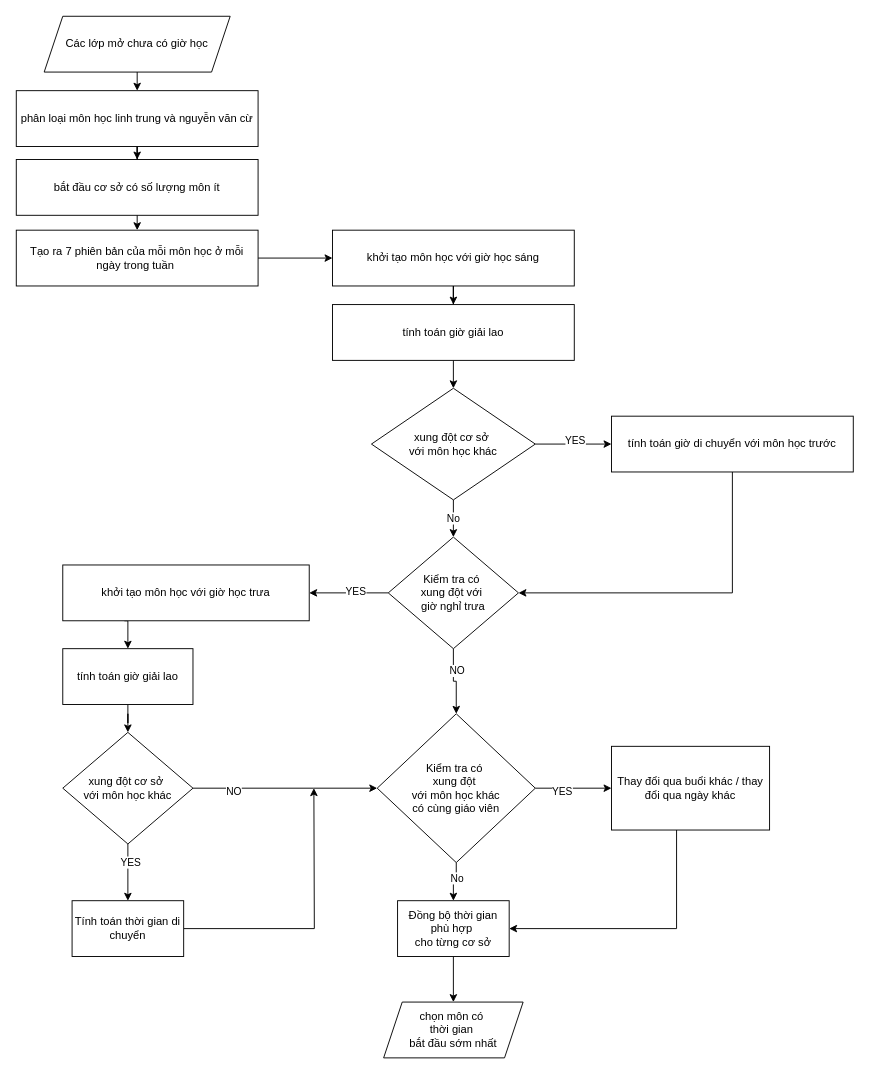
Earlier version of the draw.io diagram page "Trang-3" (3 of 3) of schema/ERD (2).drawio (haovvv73/The-application-automatically-schedules-university-timetables). Source tidied: cells renumbered, new cells numbered last; positions are measured from the earlier drawing's top-left corner, leaving out a move shared by most shapes. Both pictures are drawn from the tidied source at 93%, with x=0, y=0 at pixel (16, 16).
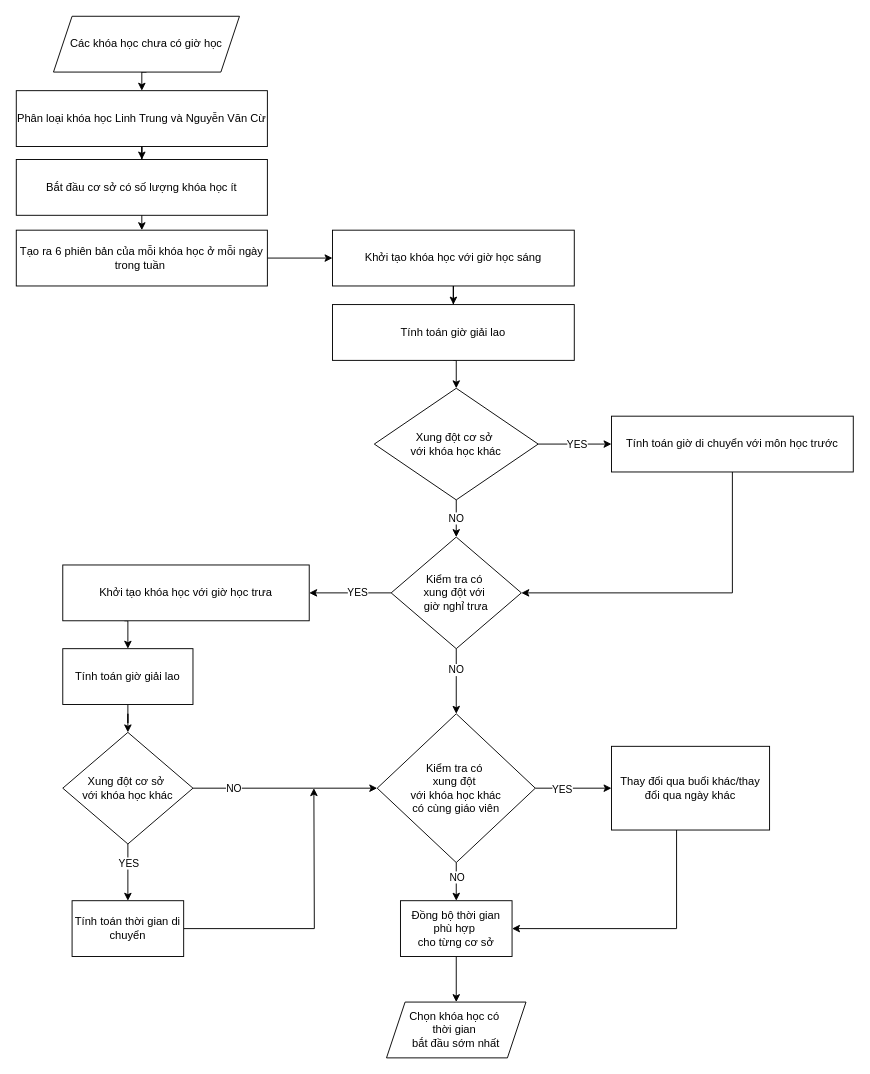
After the change.

Unchanged cells that the change refers to:
```xml
<mxCell id="14" style="edgeStyle=orthogonalEdgeStyle;rounded=0;jettySize=auto;html=1;entryX=1;entryY=0.5;entryDx=0;entryDy=0;" parent="1" edge="1" source="18" target="20">
  <mxGeometry relative="1" as="geometry" />
</mxCell>
<mxCell id="16" style="edgeStyle=orthogonalEdgeStyle;rounded=0;jettySize=auto;html=1;entryX=0.5;entryY=0;entryDx=0;entryDy=0;" parent="1" edge="1" source="18" target="32">
  <mxGeometry relative="1" as="geometry" />
</mxCell>
<mxCell id="21" style="edgeStyle=orthogonalEdgeStyle;rounded=0;jettySize=auto;html=1;entryX=0;entryY=0.5;entryDx=0;entryDy=0;" parent="1" edge="1" source="23" target="13">
  <mxGeometry relative="1" as="geometry" />
</mxCell>
<mxCell id="28" style="edgeStyle=orthogonalEdgeStyle;rounded=0;jettySize=auto;html=1;" parent="1" edge="1" source="32" target="34">
  <mxGeometry relative="1" as="geometry" />
</mxCell>
<mxCell id="30" style="edgeStyle=orthogonalEdgeStyle;rounded=0;jettySize=auto;html=1;" parent="1" edge="1" source="32" target="36">
  <mxGeometry relative="1" as="geometry" />
</mxCell>
<mxCell id="39" style="edgeStyle=orthogonalEdgeStyle;rounded=0;jettySize=auto;html=1;entryX=0;entryY=0.5;entryDx=0;entryDy=0;" parent="1" edge="1" source="43" target="32">
  <mxGeometry relative="1" as="geometry">
    <Array as="points">
      <mxPoint x="320" y="830" />
      <mxPoint x="320" y="830" />
    </Array>
  </mxGeometry>
</mxCell>
<mxCell id="41" style="edgeStyle=orthogonalEdgeStyle;rounded=0;jettySize=auto;html=1;" parent="1" edge="1" source="43" target="45">
  <mxGeometry relative="1" as="geometry" />
</mxCell>
```

Diff of the diagram source:
```diff
@@
-    <mxCell id="4" value="phân loại môn học linh trung và nguyễn văn cừ" style="rounded=0;whiteSpace=wrap;html=1;" parent="1" vertex="1">
-      <mxGeometry y="80" width="260" height="60" as="geometry" />
+    <mxCell id="4" value="Phân loại khóa học Linh Trung và Nguyễn Văn Cừ" style="rounded=0;whiteSpace=wrap;html=1;" parent="1" vertex="1">
+      <mxGeometry y="80" width="270" height="60" as="geometry" />
     </mxCell>
@@
-    <mxCell id="6" value="Tạo ra 7 phiên bản của mỗi môn học ở mỗi ngày trong tuần&amp;nbsp;" style="rounded=0;whiteSpace=wrap;html=1;" parent="1" vertex="1">
-      <mxGeometry y="230" width="260" height="60" as="geometry" />
+    <mxCell id="6" value="Tạo ra 6 phiên bản của mỗi khóa học ở mỗi ngày trong tuần&amp;nbsp;" style="rounded=0;whiteSpace=wrap;html=1;" parent="1" vertex="1">
+      <mxGeometry y="230" width="270" height="60" as="geometry" />
     </mxCell>
@@
-    <mxCell id="8" value="khởi tạo môn học với giờ học sáng" style="rounded=0;whiteSpace=wrap;html=1;" parent="1" vertex="1">
+    <mxCell id="8" value="Khởi tạo khóa học với giờ học sáng" style="rounded=0;whiteSpace=wrap;html=1;" parent="1" vertex="1">
       <mxGeometry x="340" y="230" width="260" height="60" as="geometry" />
     </mxCell>
@@
-    <mxCell id="10" value="tính toán giờ giải lao" style="rounded=0;whiteSpace=wrap;html=1;" parent="1" vertex="1">
+    <mxCell id="10" value="Tính toán giờ giải lao" style="rounded=0;whiteSpace=wrap;html=1;" parent="1" vertex="1">
       <mxGeometry x="340" y="310" width="260" height="60" as="geometry" />
     </mxCell>
-    <mxCell id="11" value="No" style="edgeStyle=orthogonalEdgeStyle;rounded=0;jettySize=auto;html=1;exitX=0.5;exitY=1;exitDx=0;exitDy=0;" parent="1" edge="1" source="23" target="18">
+    <mxCell id="11" value="NO" style="edgeStyle=orthogonalEdgeStyle;rounded=0;jettySize=auto;html=1;exitX=0.5;exitY=1;exitDx=0;exitDy=0;" parent="1" edge="1" source="23" target="18">
       <mxGeometry relative="1" as="geometry" />
     </mxCell>
@@
-    <mxCell id="13" value="tính toán giờ di chuyển với môn học trước" style="rounded=0;whiteSpace=wrap;html=1;" parent="1" vertex="1">
+    <mxCell id="13" value="Tính toán giờ di chuyển với môn học trước" style="rounded=0;whiteSpace=wrap;html=1;" parent="1" vertex="1">
       <mxGeometry x="640" y="430" width="260" height="60" as="geometry" />
     </mxCell>
@@
     <mxCell id="15" value="YES" style="edgeLabel;html=1;align=center;verticalAlign=middle;" parent="14" vertex="1">
-      <mxGeometry x="-0.15" y="-2" relative="1" as="geometry" />
+      <mxGeometry x="-0.15" y="-2" relative="1" as="geometry">
+        <mxPoint y="1" as="offset" />
+      </mxGeometry>
     </mxCell>
@@
     <mxCell id="17" value="NO" style="edgeLabel;html=1;align=center;verticalAlign=middle;" parent="16" vertex="1">
-      <mxGeometry x="-0.37" y="3" relative="1" as="geometry" />
+      <mxGeometry x="-0.37" y="3" relative="1" as="geometry">
+        <mxPoint x="-4" as="offset" />
+      </mxGeometry>
     </mxCell>
     <mxCell id="18" value="Kiểm tra có&amp;nbsp;&lt;div&gt;xung đột với&amp;nbsp;&lt;/div&gt;&lt;div&gt;giờ nghỉ trưa&lt;/div&gt;" style="rhombus;whiteSpace=wrap;html=1;rounded=0;" parent="1" vertex="1">
-      <mxGeometry x="400" y="560" width="140" height="120" as="geometry" />
+      <mxGeometry x="403.1" y="560" width="140" height="120" as="geometry" />
     </mxCell>
@@
-    <mxCell id="20" value="khởi tạo môn học với giờ học trưa" style="rounded=0;whiteSpace=wrap;html=1;" parent="1" vertex="1">
+    <mxCell id="20" value="Khởi tạo khóa học với giờ học trưa" style="rounded=0;whiteSpace=wrap;html=1;" parent="1" vertex="1">
       <mxGeometry x="50" y="590" width="265" height="60" as="geometry" />
     </mxCell>
@@
     <mxCell id="22" value="YES" style="edgeLabel;html=1;align=center;verticalAlign=middle;" parent="21" vertex="1">
-      <mxGeometry x="0.03" y="5" relative="1" as="geometry" />
+      <mxGeometry x="0.03" y="5" relative="1" as="geometry">
+        <mxPoint y="5" as="offset" />
+      </mxGeometry>
     </mxCell>
-    <mxCell id="23" value="xung đột cơ sở&amp;nbsp;&lt;div&gt;với môn học khác&lt;/div&gt;" style="rhombus;whiteSpace=wrap;html=1;" parent="1" vertex="1">
-      <mxGeometry x="381.9" y="400" width="176.2" height="120" as="geometry" />
+    <mxCell id="23" value="Xung đột cơ sở&amp;nbsp;&lt;div&gt;với khóa học khác&lt;/div&gt;" style="rhombus;whiteSpace=wrap;html=1;" parent="1" vertex="1">
+      <mxGeometry x="385" y="400" width="176.2" height="120" as="geometry" />
     </mxCell>
-    <mxCell id="24" value="bắt đầu cơ sở có số lượng môn ít" style="rounded=0;whiteSpace=wrap;html=1;" parent="1" vertex="1">
-      <mxGeometry y="154" width="260" height="60" as="geometry" />
+    <mxCell id="24" value="Bắt đầu cơ sở có số lượng khóa học ít" style="rounded=0;whiteSpace=wrap;html=1;" parent="1" vertex="1">
+      <mxGeometry y="154" width="270" height="60" as="geometry" />
     </mxCell>
@@
-    <mxCell id="27" value="tính toán giờ giải lao" style="rounded=0;whiteSpace=wrap;html=1;" parent="1" vertex="1">
+    <mxCell id="27" value="Tính toán giờ giải lao" style="rounded=0;whiteSpace=wrap;html=1;" parent="1" vertex="1">
       <mxGeometry x="50" y="680" width="140" height="60" as="geometry" />
     </mxCell>
@@
     <mxCell id="29" value="YES" style="edgeLabel;html=1;align=center;verticalAlign=middle;" parent="28" vertex="1">
       <mxGeometry x="-0.28" y="-3" relative="1" as="geometry">
-        <mxPoint x="-1" as="offset" />
+        <mxPoint x="-1" y="-2" as="offset" />
       </mxGeometry>
     </mxCell>
@@
-    <mxCell id="31" value="No" style="edgeLabel;html=1;align=center;verticalAlign=middle;" parent="30" vertex="1">
+    <mxCell id="31" value="NO" style="edgeLabel;html=1;align=center;verticalAlign=middle;" parent="30" vertex="1">
       <mxGeometry x="-0.28" relative="1" as="geometry" />
     </mxCell>
-    <mxCell id="32" value="Kiểm tra có&amp;nbsp;&lt;div&gt;xung đột&amp;nbsp;&lt;/div&gt;&lt;div&gt;với môn học khác&lt;/div&gt;&lt;div&gt;&amp;nbsp;có cùng giáo viên&amp;nbsp;&lt;/div&gt;" style="rhombus;whiteSpace=wrap;html=1;" parent="1" vertex="1">
+    <mxCell id="32" value="Kiểm tra có&amp;nbsp;&lt;div&gt;xung đột&amp;nbsp;&lt;/div&gt;&lt;div&gt;với khóa học khác&lt;/div&gt;&lt;div&gt;&amp;nbsp;có cùng giáo viên&amp;nbsp;&lt;/div&gt;" style="rhombus;whiteSpace=wrap;html=1;" parent="1" vertex="1">
       <mxGeometry x="388.1" y="750" width="170" height="160" as="geometry" />
     </mxCell>
@@
-    <mxCell id="34" value="Thay đổi qua buổi khác / thay đổi qua ngày khác" style="whiteSpace=wrap;html=1;" parent="1" vertex="1">
+    <mxCell id="34" value="Thay đổi qua buổi khác/thay đổi qua ngày khác" style="whiteSpace=wrap;html=1;" parent="1" vertex="1">
       <mxGeometry x="640" y="785" width="170" height="90" as="geometry" />
     </mxCell>
@@
     <mxCell id="36" value="Đồng bộ thời gian phù hợp&amp;nbsp;&lt;div&gt;cho từng cơ sở&lt;/div&gt;" style="whiteSpace=wrap;html=1;" parent="1" vertex="1">
-      <mxGeometry x="410" y="951" width="120" height="60" as="geometry" />
+      <mxGeometry x="413.1" y="951" width="120" height="60" as="geometry" />
     </mxCell>
-    <mxCell id="37" value="chọn môn có&amp;nbsp;&lt;div&gt;thời gian&amp;nbsp;&lt;/div&gt;&lt;div&gt;bắt đầu sớm nhất&lt;/div&gt;" style="shape=parallelogram;perimeter=parallelogramPerimeter;whiteSpace=wrap;html=1;fixedSize=1;" parent="1" vertex="1">
-      <mxGeometry x="395" y="1060" width="150" height="60" as="geometry" />
+    <mxCell id="37" value="Chọn khóa học có&amp;nbsp;&lt;div&gt;thời gian&amp;nbsp;&lt;/div&gt;&lt;div&gt;bắt đầu sớm nhất&lt;/div&gt;" style="shape=parallelogram;perimeter=parallelogramPerimeter;whiteSpace=wrap;html=1;fixedSize=1;" parent="1" vertex="1">
+      <mxGeometry x="398.1" y="1060" width="150" height="60" as="geometry" />
     </mxCell>
-    <mxCell id="38" value="Các lớp mở chưa có giờ học" style="shape=parallelogram;perimeter=parallelogramPerimeter;whiteSpace=wrap;html=1;fixedSize=1;" parent="1" vertex="1">
-      <mxGeometry x="30" width="200" height="60" as="geometry" />
+    <mxCell id="38" value="Các khóa học chưa có giờ học" style="shape=parallelogram;perimeter=parallelogramPerimeter;whiteSpace=wrap;html=1;fixedSize=1;" parent="1" vertex="1">
+      <mxGeometry x="40" width="200" height="60" as="geometry" />
     </mxCell>
@@
     <mxCell id="40" value="NO" style="edgeLabel;html=1;align=center;verticalAlign=middle;" parent="39" vertex="1">
-      <mxGeometry x="-0.57" y="-3" relative="1" as="geometry" />
+      <mxGeometry x="-0.57" y="-3" relative="1" as="geometry">
+        <mxPoint y="-3" as="offset" />
+      </mxGeometry>
     </mxCell>
@@
     <mxCell id="42" value="YES" style="edgeLabel;html=1;align=center;verticalAlign=middle;" parent="41" vertex="1">
-      <mxGeometry x="-0.39" y="2" relative="1" as="geometry" />
+      <mxGeometry x="-0.39" y="2" relative="1" as="geometry">
+        <mxPoint x="-2" y="1" as="offset" />
+      </mxGeometry>
     </mxCell>
-    <mxCell id="43" value="xung đột cơ sở&amp;nbsp;&lt;div&gt;với môn học khác&lt;/div&gt;" style="rhombus;whiteSpace=wrap;html=1;" parent="1" vertex="1">
+    <mxCell id="43" value="Xung đột cơ sở&amp;nbsp;&lt;div&gt;với khóa học khác&lt;/div&gt;" style="rhombus;whiteSpace=wrap;html=1;" parent="1" vertex="1">
       <mxGeometry x="50" y="770" width="140" height="120" as="geometry" />
     </mxCell>
```
